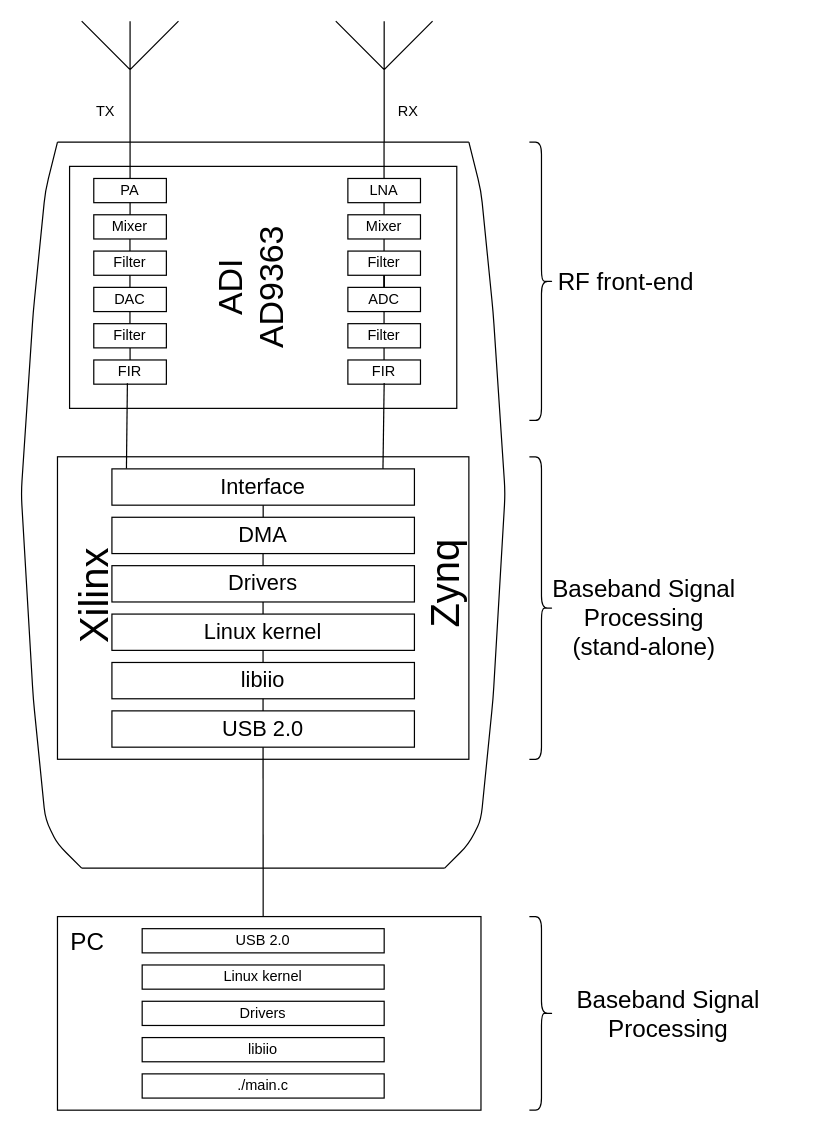
Above: sdr/adalm_pluto.drawio in fzybot/draw_io_schemes (draw.io), before the change. Source tidied: cells renumbered, new cells numbered last; positions are measured from the earlier drawing's top-left corner, leaving out a move shared by most shapes. Both pictures are drawn from the tidied source at 121%, with x=0, y=0 at pixel (21, 21).
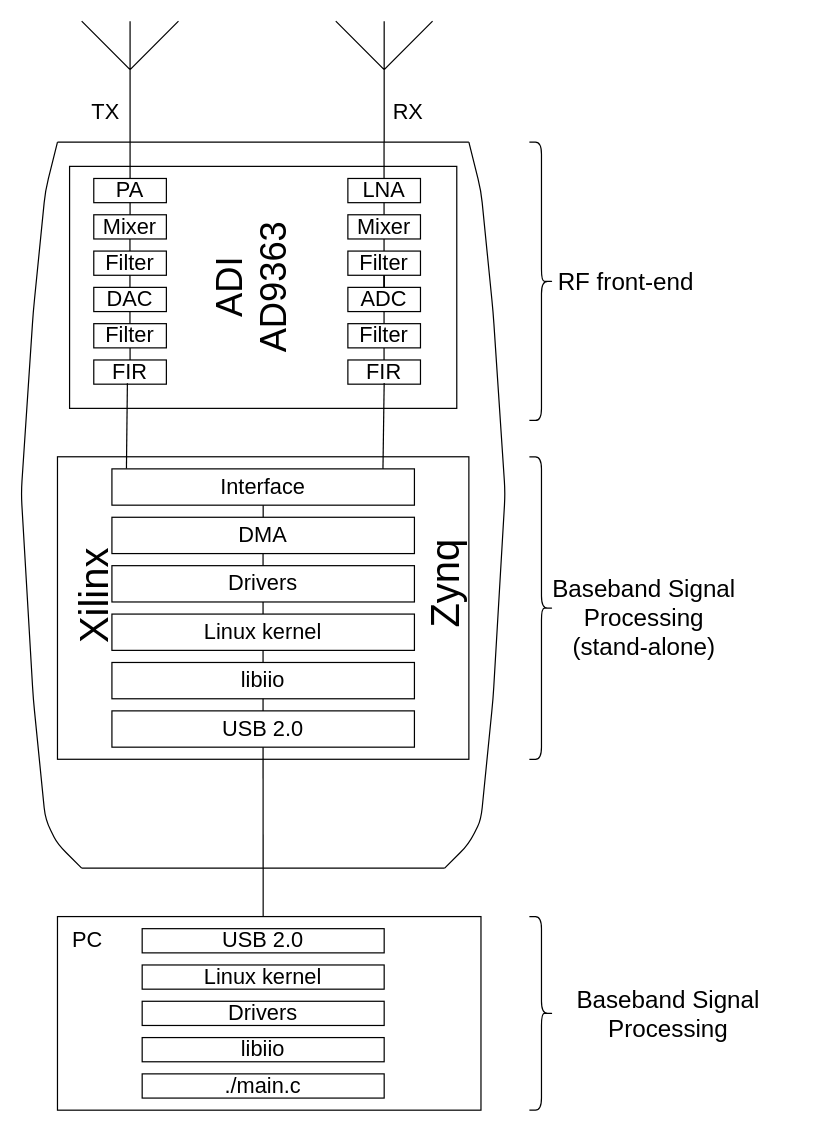
After the change.

The change refers to these unchanged cells:
```xml
<mxCell id="19" style="group;" parent="1" vertex="1">
  <mxGeometry width="400" height="700" as="geometry" />
</mxCell>
```

Diff of the diagram source:
```diff
@@
-    <mxCell id="3" value="&lt;font style=&quot;color: light-dark(rgb(0, 0, 0), rgb(0, 0, 0));&quot;&gt;RX&lt;/font&gt;" style="text;html=1;whiteSpace=wrap;strokeColor=none;fillColor=none;align=center;verticalAlign=middle;rounded=0;" parent="1" vertex="1">
+    <mxCell id="3" value="&lt;font style=&quot;color: light-dark(rgb(0, 0, 0), rgb(0, 0, 0));&quot;&gt;RX&lt;/font&gt;" style="text;html=1;whiteSpace=wrap;strokeColor=none;fillColor=none;align=center;verticalAlign=middle;rounded=0;fontSize=18;" parent="1" vertex="1">
       <mxGeometry x="290" y="60" width="60" height="30" as="geometry" />
     </mxCell>
-    <mxCell id="4" value="&lt;font style=&quot;color: light-dark(rgb(0, 0, 0), rgb(0, 0, 0));&quot;&gt;TX&lt;/font&gt;" style="text;html=1;whiteSpace=wrap;strokeColor=none;fillColor=none;align=center;verticalAlign=middle;rounded=0;" parent="1" vertex="1">
+    <mxCell id="4" value="&lt;font style=&quot;color: light-dark(rgb(0, 0, 0), rgb(0, 0, 0));&quot;&gt;TX&lt;/font&gt;" style="text;html=1;whiteSpace=wrap;strokeColor=none;fillColor=none;align=center;verticalAlign=middle;rounded=0;fontSize=18;" parent="1" vertex="1">
       <mxGeometry x="40" y="60" width="60" height="30" as="geometry" />
     </mxCell>
-    <mxCell id="5" style="rounded=0;whiteSpace=wrap;html=1;fillColor=light-dark(#FFFFFF,#989898);strokeColor=light-dark(#000000,#000000);" parent="1" vertex="1">
+    <mxCell id="5" style="rounded=0;whiteSpace=wrap;html=1;fillColor=light-dark(#FFFFFF,#989898);strokeColor=light-dark(#000000,#000000);fontSize=18;" parent="1" vertex="1">
       <mxGeometry x="40" y="120" width="320" height="200" as="geometry" />
     </mxCell>
-    <mxCell id="6" value="&lt;font style=&quot;color: light-dark(rgb(0, 0, 0), rgb(0, 0, 0));&quot;&gt;PA&lt;/font&gt;" style="rounded=0;whiteSpace=wrap;html=1;fillColor=light-dark(#FFFFFF,#FFFFFF);" parent="1" vertex="1">
+    <mxCell id="6" value="&lt;font style=&quot;color: light-dark(rgb(0, 0, 0), rgb(0, 0, 0));&quot;&gt;PA&lt;/font&gt;" style="rounded=0;whiteSpace=wrap;html=1;fillColor=light-dark(#FFFFFF,#FFFFFF);fontSize=18;" parent="1" vertex="1">
       <mxGeometry x="60" y="130" width="60" height="20" as="geometry" />
     </mxCell>
-    <mxCell id="7" value="&lt;font style=&quot;color: light-dark(rgb(0, 0, 0), rgb(0, 0, 0));&quot;&gt;Mixer&lt;/font&gt;" style="rounded=0;whiteSpace=wrap;html=1;fillColor=light-dark(#FFFFFF,#FFFFFF);" parent="1" vertex="1">
+    <mxCell id="7" value="&lt;font style=&quot;color: light-dark(rgb(0, 0, 0), rgb(0, 0, 0));&quot;&gt;Mixer&lt;/font&gt;" style="rounded=0;whiteSpace=wrap;html=1;fillColor=light-dark(#FFFFFF,#FFFFFF);fontSize=18;" parent="1" vertex="1">
       <mxGeometry x="60" y="160" width="60" height="20" as="geometry" />
     </mxCell>
-    <mxCell id="8" value="&lt;span&gt;&lt;font style=&quot;color: light-dark(rgb(0, 0, 0), rgb(0, 0, 0));&quot;&gt;Filter&lt;/font&gt;&lt;/span&gt;" style="rounded=0;whiteSpace=wrap;html=1;fillColor=light-dark(#FFFFFF,#FFFFFF);" parent="1" vertex="1">
+    <mxCell id="8" value="&lt;span&gt;&lt;font style=&quot;color: light-dark(rgb(0, 0, 0), rgb(0, 0, 0));&quot;&gt;Filter&lt;/font&gt;&lt;/span&gt;" style="rounded=0;whiteSpace=wrap;html=1;fillColor=light-dark(#FFFFFF,#FFFFFF);fontSize=18;" parent="1" vertex="1">
       <mxGeometry x="60" y="190" width="60" height="20" as="geometry" />
     </mxCell>
-    <mxCell id="9" value="&lt;span&gt;&lt;font style=&quot;color: light-dark(rgb(0, 0, 0), rgb(0, 0, 0));&quot;&gt;DAC&lt;/font&gt;&lt;/span&gt;" style="rounded=0;whiteSpace=wrap;html=1;fillColor=light-dark(#FFFFFF,#FFFFFF);" parent="1" vertex="1">
+    <mxCell id="9" value="&lt;span&gt;&lt;font style=&quot;color: light-dark(rgb(0, 0, 0), rgb(0, 0, 0));&quot;&gt;DAC&lt;/font&gt;&lt;/span&gt;" style="rounded=0;whiteSpace=wrap;html=1;fillColor=light-dark(#FFFFFF,#FFFFFF);fontSize=18;" parent="1" vertex="1">
       <mxGeometry x="60" y="220" width="60" height="20" as="geometry" />
     </mxCell>
-    <mxCell id="10" value="&lt;span&gt;&lt;font style=&quot;color: light-dark(rgb(0, 0, 0), rgb(3, 3, 3));&quot;&gt;Filter&lt;/font&gt;&lt;/span&gt;" style="rounded=0;whiteSpace=wrap;html=1;fillColor=light-dark(#FFFFFF,#FFFFFF);" parent="1" vertex="1">
+    <mxCell id="10" value="&lt;span&gt;&lt;font style=&quot;color: light-dark(rgb(0, 0, 0), rgb(3, 3, 3));&quot;&gt;Filter&lt;/font&gt;&lt;/span&gt;" style="rounded=0;whiteSpace=wrap;html=1;fillColor=light-dark(#FFFFFF,#FFFFFF);fontSize=18;" parent="1" vertex="1">
       <mxGeometry x="60" y="250" width="60" height="20" as="geometry" />
     </mxCell>
-    <mxCell id="11" value="&lt;font style=&quot;color: light-dark(rgb(0, 0, 0), rgb(0, 0, 0));&quot;&gt;FIR&lt;/font&gt;" style="rounded=0;whiteSpace=wrap;html=1;fillColor=light-dark(#FFFFFF,#FFFFFF);" parent="1" vertex="1">
+    <mxCell id="11" value="&lt;font style=&quot;color: light-dark(rgb(0, 0, 0), rgb(0, 0, 0));&quot;&gt;FIR&lt;/font&gt;" style="rounded=0;whiteSpace=wrap;html=1;fillColor=light-dark(#FFFFFF,#FFFFFF);fontSize=18;" parent="1" vertex="1">
       <mxGeometry x="60" y="280" width="60" height="20" as="geometry" />
     </mxCell>
-    <mxCell id="12" value="&lt;font style=&quot;font-size: 28px; color: light-dark(rgb(0, 0, 0), rgb(0, 0, 0));&quot;&gt;ADI&lt;/font&gt;&lt;div&gt;&lt;font style=&quot;font-size: 28px; color: light-dark(rgb(0, 0, 0), rgb(0, 0, 0));&quot;&gt;AD9363&lt;/font&gt;&lt;/div&gt;" style="text;html=1;whiteSpace=wrap;strokeColor=none;fillColor=none;align=center;verticalAlign=middle;rounded=0;rotation=-90;" parent="1" vertex="1">
+    <mxCell id="12" value="&lt;font style=&quot;color: light-dark(rgb(0, 0, 0), rgb(0, 0, 0));&quot;&gt;ADI&lt;/font&gt;&lt;div&gt;&lt;font style=&quot;color: light-dark(rgb(0, 0, 0), rgb(0, 0, 0));&quot;&gt;AD9363&lt;/font&gt;&lt;/div&gt;" style="text;html=1;whiteSpace=wrap;strokeColor=none;fillColor=none;align=center;verticalAlign=middle;rounded=0;rotation=-90;fontSize=30;" parent="1" vertex="1">
       <mxGeometry x="120" y="170" width="140" height="100" as="geometry" />
     </mxCell>
-    <mxCell id="13" value="&lt;font style=&quot;color: light-dark(rgb(0, 0, 0), rgb(0, 0, 0));&quot;&gt;LNA&lt;/font&gt;" style="rounded=0;whiteSpace=wrap;html=1;fillColor=light-dark(#FFFFFF,#FFFFFF);" parent="1" vertex="1">
+    <mxCell id="13" value="&lt;font style=&quot;color: light-dark(rgb(0, 0, 0), rgb(0, 0, 0));&quot;&gt;LNA&lt;/font&gt;" style="rounded=0;whiteSpace=wrap;html=1;fillColor=light-dark(#FFFFFF,#FFFFFF);fontSize=18;" parent="1" vertex="1">
       <mxGeometry x="270" y="130" width="60" height="20" as="geometry" />
     </mxCell>
-    <mxCell id="14" value="&lt;font style=&quot;color: light-dark(rgb(0, 0, 0), rgb(0, 0, 0));&quot;&gt;Mixer&lt;/font&gt;" style="rounded=0;whiteSpace=wrap;html=1;fillColor=light-dark(#FFFFFF,#FFFFFF);" parent="1" vertex="1">
+    <mxCell id="14" value="&lt;font style=&quot;color: light-dark(rgb(0, 0, 0), rgb(0, 0, 0));&quot;&gt;Mixer&lt;/font&gt;" style="rounded=0;whiteSpace=wrap;html=1;fillColor=light-dark(#FFFFFF,#FFFFFF);fontSize=18;" parent="1" vertex="1">
       <mxGeometry x="270" y="160" width="60" height="20" as="geometry" />
     </mxCell>
-    <mxCell id="15" value="&lt;span&gt;&lt;font style=&quot;color: light-dark(rgb(0, 0, 0), rgb(0, 0, 0));&quot;&gt;Filter&lt;/font&gt;&lt;/span&gt;" style="rounded=0;whiteSpace=wrap;html=1;fillColor=light-dark(#FFFFFF,#FFFFFF);" parent="1" vertex="1">
+    <mxCell id="15" value="&lt;span&gt;&lt;font style=&quot;color: light-dark(rgb(0, 0, 0), rgb(0, 0, 0));&quot;&gt;Filter&lt;/font&gt;&lt;/span&gt;" style="rounded=0;whiteSpace=wrap;html=1;fillColor=light-dark(#FFFFFF,#FFFFFF);fontSize=18;" parent="1" vertex="1">
       <mxGeometry x="270" y="190" width="60" height="20" as="geometry" />
     </mxCell>
-    <mxCell id="16" value="&lt;span&gt;&lt;font style=&quot;color: light-dark(rgb(0, 0, 0), rgb(0, 0, 0));&quot;&gt;ADC&lt;/font&gt;&lt;/span&gt;" style="rounded=0;whiteSpace=wrap;html=1;fillColor=light-dark(#FFFFFF,#FFFFFF);" parent="1" vertex="1">
+    <mxCell id="16" value="&lt;span&gt;&lt;font style=&quot;color: light-dark(rgb(0, 0, 0), rgb(0, 0, 0));&quot;&gt;ADC&lt;/font&gt;&lt;/span&gt;" style="rounded=0;whiteSpace=wrap;html=1;fillColor=light-dark(#FFFFFF,#FFFFFF);fontSize=18;" parent="1" vertex="1">
       <mxGeometry x="270" y="220" width="60" height="20" as="geometry" />
     </mxCell>
-    <mxCell id="17" value="&lt;span&gt;&lt;font style=&quot;color: light-dark(rgb(0, 0, 0), rgb(3, 3, 3));&quot;&gt;Filter&lt;/font&gt;&lt;/span&gt;" style="rounded=0;whiteSpace=wrap;html=1;fillColor=light-dark(#FFFFFF,#FFFFFF);" parent="1" vertex="1">
+    <mxCell id="17" value="&lt;span&gt;&lt;font style=&quot;color: light-dark(rgb(0, 0, 0), rgb(3, 3, 3));&quot;&gt;Filter&lt;/font&gt;&lt;/span&gt;" style="rounded=0;whiteSpace=wrap;html=1;fillColor=light-dark(#FFFFFF,#FFFFFF);fontSize=18;" parent="1" vertex="1">
       <mxGeometry x="270" y="250" width="60" height="20" as="geometry" />
     </mxCell>
-    <mxCell id="18" value="&lt;font style=&quot;color: light-dark(rgb(0, 0, 0), rgb(0, 0, 0));&quot;&gt;FIR&lt;/font&gt;" style="rounded=0;whiteSpace=wrap;html=1;fillColor=light-dark(#FFFFFF,#FFFFFF);" parent="1" vertex="1">
+    <mxCell id="18" value="&lt;font style=&quot;color: light-dark(rgb(0, 0, 0), rgb(0, 0, 0));&quot;&gt;FIR&lt;/font&gt;" style="rounded=0;whiteSpace=wrap;html=1;fillColor=light-dark(#FFFFFF,#FFFFFF);fontSize=18;" parent="1" vertex="1">
       <mxGeometry x="270" y="280" width="60" height="20" as="geometry" />
     </mxCell>
@@
-    <mxCell id="20" style="endArrow=none;html=1;rounded=0;strokeColor=light-dark(#000000,#000000);" parent="19" edge="1">
+    <mxCell id="20" style="endArrow=none;html=1;rounded=0;strokeColor=light-dark(#000000,#000000);fontSize=18;" parent="19" edge="1">
       <mxGeometry relative="1" as="geometry">
         <mxPoint x="30" y="100" as="sourcePoint" />
         <mxPoint x="370" y="100" as="targetPoint" />
       </mxGeometry>
     </mxCell>
@@
-    <mxCell id="26" style="endArrow=none;html=1;rounded=0;exitX=0.5;exitY=0;exitDx=0;exitDy=0;entryX=0.5;entryY=1;entryDx=0;entryDy=0;" parent="19" edge="1">
+    <mxCell id="26" style="endArrow=none;html=1;rounded=0;exitX=0.5;exitY=0;exitDx=0;exitDy=0;entryX=0.5;entryY=1;entryDx=0;entryDy=0;fontSize=18;" parent="19" edge="1">
       <mxGeometry relative="1" as="geometry">
         <mxPoint x="89.9" y="190" as="sourcePoint" />
         <mxPoint x="89.9" y="180" as="targetPoint" />
       </mxGeometry>
     </mxCell>
-    <mxCell id="27" style="endArrow=none;html=1;rounded=0;exitX=0.5;exitY=0;exitDx=0;exitDy=0;entryX=0.5;entryY=1;entryDx=0;entryDy=0;" parent="19" edge="1">
+    <mxCell id="27" style="endArrow=none;html=1;rounded=0;exitX=0.5;exitY=0;exitDx=0;exitDy=0;entryX=0.5;entryY=1;entryDx=0;entryDy=0;fontSize=18;" parent="19" edge="1">
       <mxGeometry relative="1" as="geometry">
         <mxPoint x="89.9" y="220" as="sourcePoint" />
         <mxPoint x="89.9" y="210" as="targetPoint" />
       </mxGeometry>
     </mxCell>
-    <mxCell id="28" style="endArrow=none;html=1;rounded=0;exitX=0.5;exitY=0;exitDx=0;exitDy=0;entryX=0.5;entryY=1;entryDx=0;entryDy=0;" parent="19" edge="1">
+    <mxCell id="28" style="endArrow=none;html=1;rounded=0;exitX=0.5;exitY=0;exitDx=0;exitDy=0;entryX=0.5;entryY=1;entryDx=0;entryDy=0;fontSize=18;" parent="19" edge="1">
       <mxGeometry relative="1" as="geometry">
         <mxPoint x="89.9" y="250" as="sourcePoint" />
         <mxPoint x="89.9" y="240" as="targetPoint" />
       </mxGeometry>
     </mxCell>
-    <mxCell id="29" style="endArrow=none;html=1;rounded=0;exitX=0.5;exitY=0;exitDx=0;exitDy=0;" parent="19" edge="1">
+    <mxCell id="29" style="endArrow=none;html=1;rounded=0;exitX=0.5;exitY=0;exitDx=0;exitDy=0;fontSize=18;" parent="19" edge="1">
       <mxGeometry relative="1" as="geometry">
         <mxPoint x="299.9" y="130" as="sourcePoint" />
         <mxPoint x="299.9" y="100" as="targetPoint" />
       </mxGeometry>
     </mxCell>
-    <mxCell id="30" style="endArrow=none;html=1;rounded=0;exitX=0.5;exitY=0;exitDx=0;exitDy=0;entryX=0.5;entryY=1;entryDx=0;entryDy=0;" parent="19" edge="1">
+    <mxCell id="30" style="endArrow=none;html=1;rounded=0;exitX=0.5;exitY=0;exitDx=0;exitDy=0;entryX=0.5;entryY=1;entryDx=0;entryDy=0;fontSize=18;" parent="19" edge="1">
       <mxGeometry relative="1" as="geometry">
         <mxPoint x="299.9" y="190" as="sourcePoint" />
         <mxPoint x="299.9" y="180" as="targetPoint" />
       </mxGeometry>
     </mxCell>
-    <mxCell id="31" style="endArrow=none;html=1;rounded=0;exitX=0.5;exitY=0;exitDx=0;exitDy=0;entryX=0.5;entryY=1;entryDx=0;entryDy=0;" parent="19" edge="1">
+    <mxCell id="31" style="endArrow=none;html=1;rounded=0;exitX=0.5;exitY=0;exitDx=0;exitDy=0;entryX=0.5;entryY=1;entryDx=0;entryDy=0;fontSize=18;" parent="19" edge="1">
       <mxGeometry relative="1" as="geometry">
         <mxPoint x="299.9" y="220" as="sourcePoint" />
         <mxPoint x="299.9" y="210" as="targetPoint" />
       </mxGeometry>
     </mxCell>
-    <mxCell id="32" style="endArrow=none;html=1;rounded=0;exitX=0.5;exitY=0;exitDx=0;exitDy=0;entryX=0.5;entryY=1;entryDx=0;entryDy=0;" parent="19" edge="1">
+    <mxCell id="32" style="endArrow=none;html=1;rounded=0;exitX=0.5;exitY=0;exitDx=0;exitDy=0;entryX=0.5;entryY=1;entryDx=0;entryDy=0;fontSize=18;" parent="19" edge="1">
       <mxGeometry relative="1" as="geometry">
         <mxPoint x="299.9" y="250" as="sourcePoint" />
         <mxPoint x="299.9" y="240" as="targetPoint" />
       </mxGeometry>
     </mxCell>
-    <mxCell id="33" style="endArrow=none;html=1;rounded=0;exitX=0.5;exitY=0;exitDx=0;exitDy=0;entryX=0.5;entryY=1;entryDx=0;entryDy=0;" parent="19" edge="1">
+    <mxCell id="33" style="endArrow=none;html=1;rounded=0;exitX=0.5;exitY=0;exitDx=0;exitDy=0;entryX=0.5;entryY=1;entryDx=0;entryDy=0;fontSize=18;" parent="19" edge="1">
       <mxGeometry relative="1" as="geometry">
         <mxPoint x="299.9" y="280" as="sourcePoint" />
         <mxPoint x="299.9" y="270" as="targetPoint" />
       </mxGeometry>
     </mxCell>
@@
-    <mxCell id="50" style="endArrow=none;html=1;rounded=0;exitX=0.5;exitY=0;exitDx=0;exitDy=0;" parent="1" edge="1" source="6">
+    <mxCell id="50" style="endArrow=none;html=1;rounded=0;exitX=0.5;exitY=0;exitDx=0;exitDy=0;fontSize=18;" parent="1" edge="1" source="6">
       <mxGeometry relative="1" as="geometry">
         <mxPoint x="90" y="100" as="targetPoint" />
       </mxGeometry>
     </mxCell>
-    <mxCell id="51" style="endArrow=none;html=1;rounded=0;exitX=0.5;exitY=0;exitDx=0;exitDy=0;entryX=0.5;entryY=1;entryDx=0;entryDy=0;" parent="1" edge="1" source="7" target="6">
+    <mxCell id="51" style="endArrow=none;html=1;rounded=0;exitX=0.5;exitY=0;exitDx=0;exitDy=0;entryX=0.5;entryY=1;entryDx=0;entryDy=0;fontSize=18;" parent="1" edge="1" source="7" target="6">
       <mxGeometry relative="1" as="geometry" />
     </mxCell>
-    <mxCell id="52" style="endArrow=none;html=1;rounded=0;exitX=0.5;exitY=0;exitDx=0;exitDy=0;entryX=0.5;entryY=1;entryDx=0;entryDy=0;" parent="1" edge="1">
+    <mxCell id="52" style="endArrow=none;html=1;rounded=0;exitX=0.5;exitY=0;exitDx=0;exitDy=0;entryX=0.5;entryY=1;entryDx=0;entryDy=0;fontSize=18;" parent="1" edge="1">
       <mxGeometry relative="1" as="geometry">
         <mxPoint x="90" y="280" as="sourcePoint" />
         <mxPoint x="90" y="270" as="targetPoint" />
       </mxGeometry>
     </mxCell>
-    <mxCell id="53" style="endArrow=none;html=1;rounded=0;exitX=0.5;exitY=0;exitDx=0;exitDy=0;entryX=0.5;entryY=1;entryDx=0;entryDy=0;" parent="1" edge="1">
+    <mxCell id="53" style="endArrow=none;html=1;rounded=0;exitX=0.5;exitY=0;exitDx=0;exitDy=0;entryX=0.5;entryY=1;entryDx=0;entryDy=0;fontSize=18;" parent="1" edge="1">
       <mxGeometry relative="1" as="geometry">
         <mxPoint x="299.9" y="160" as="sourcePoint" />
         <mxPoint x="299.9" y="150" as="targetPoint" />
       </mxGeometry>
     </mxCell>
-    <mxCell id="54" style="endArrow=none;html=1;rounded=0;exitX=0.5;exitY=0;exitDx=0;exitDy=0;entryX=0.5;entryY=1;entryDx=0;entryDy=0;" parent="1" edge="1">
+    <mxCell id="54" style="endArrow=none;html=1;rounded=0;exitX=0.5;exitY=0;exitDx=0;exitDy=0;entryX=0.5;entryY=1;entryDx=0;entryDy=0;fontSize=18;" parent="1" edge="1">
       <mxGeometry relative="1" as="geometry">
         <mxPoint x="300" y="220" as="sourcePoint" />
         <mxPoint x="300" y="210" as="targetPoint" />
       </mxGeometry>
     </mxCell>
-    <mxCell id="55" style="endArrow=none;html=1;rounded=0;exitX=0.5;exitY=0;exitDx=0;exitDy=0;entryX=0.5;entryY=1;entryDx=0;entryDy=0;" parent="1" edge="1">
+    <mxCell id="55" style="endArrow=none;html=1;rounded=0;exitX=0.5;exitY=0;exitDx=0;exitDy=0;entryX=0.5;entryY=1;entryDx=0;entryDy=0;fontSize=18;" parent="1" edge="1">
       <mxGeometry relative="1" as="geometry">
         <mxPoint x="300" y="220" as="sourcePoint" />
         <mxPoint x="300" y="210" as="targetPoint" />
       </mxGeometry>
     </mxCell>
@@
-    <mxCell id="57" style="rounded=0;whiteSpace=wrap;html=1;" parent="1" vertex="1">
+    <mxCell id="57" style="rounded=0;whiteSpace=wrap;html=1;fontSize=18;" parent="1" vertex="1">
       <mxGeometry x="30" y="740" width="350" height="160" as="geometry" />
     </mxCell>
-    <mxCell id="58" value="&lt;span style=&quot;font-size: 20px;&quot;&gt;PC&lt;/span&gt;" style="text;html=1;whiteSpace=wrap;strokeColor=none;fillColor=none;align=center;verticalAlign=middle;rounded=0;" parent="1" vertex="1">
+    <mxCell id="58" value="&lt;span&gt;PC&lt;/span&gt;" style="text;html=1;whiteSpace=wrap;strokeColor=none;fillColor=none;align=center;verticalAlign=middle;rounded=0;fontSize=18;" parent="1" vertex="1">
       <mxGeometry x="20" y="740" width="70" height="40" as="geometry" />
     </mxCell>
-    <mxCell id="59" style="shape=curlyBracket;whiteSpace=wrap;html=1;rounded=1;labelPosition=left;verticalLabelPosition=middle;align=right;verticalAlign=middle;rotation=-180;" parent="1" vertex="1">
+    <mxCell id="59" style="shape=curlyBracket;whiteSpace=wrap;html=1;rounded=1;labelPosition=left;verticalLabelPosition=middle;align=right;verticalAlign=middle;rotation=-180;fontSize=18;" parent="1" vertex="1">
       <mxGeometry x="420" y="100" width="20" height="230" as="geometry" />
     </mxCell>
@@
-    <mxCell id="61" style="shape=curlyBracket;whiteSpace=wrap;html=1;rounded=1;flipH=1;labelPosition=right;verticalLabelPosition=middle;align=left;verticalAlign=middle;legacyAnchorPoints=0;" parent="1" vertex="1">
+    <mxCell id="61" style="shape=curlyBracket;whiteSpace=wrap;html=1;rounded=1;flipH=1;labelPosition=right;verticalLabelPosition=middle;align=left;verticalAlign=middle;legacyAnchorPoints=0;fontSize=18;" parent="1" vertex="1">
       <mxGeometry x="420" y="740" width="20" height="160" as="geometry" />
     </mxCell>
-    <mxCell id="62" value="USB 2.0" style="rounded=0;whiteSpace=wrap;html=1;" parent="1" vertex="1">
+    <mxCell id="62" value="USB 2.0" style="rounded=0;whiteSpace=wrap;html=1;fontSize=18;" parent="1" vertex="1">
       <mxGeometry x="100" y="750" width="200" height="20" as="geometry" />
     </mxCell>
-    <mxCell id="63" value="libiio" style="rounded=0;whiteSpace=wrap;html=1;" parent="1" vertex="1">
+    <mxCell id="63" value="libiio" style="rounded=0;whiteSpace=wrap;html=1;fontSize=18;" parent="1" vertex="1">
       <mxGeometry x="100" y="840" width="200" height="20" as="geometry" />
     </mxCell>
-    <mxCell id="64" value="Linux kernel" style="rounded=0;whiteSpace=wrap;html=1;" parent="1" vertex="1">
+    <mxCell id="64" value="Linux kernel" style="rounded=0;whiteSpace=wrap;html=1;fontSize=18;" parent="1" vertex="1">
       <mxGeometry x="100" y="780" width="200" height="20" as="geometry" />
     </mxCell>
-    <mxCell id="65" value="Drivers" style="rounded=0;whiteSpace=wrap;html=1;" parent="1" vertex="1">
+    <mxCell id="65" value="Drivers" style="rounded=0;whiteSpace=wrap;html=1;fontSize=18;" parent="1" vertex="1">
       <mxGeometry x="100" y="810" width="200" height="20" as="geometry" />
     </mxCell>
-    <mxCell id="66" value="./main.c" style="rounded=0;whiteSpace=wrap;html=1;" parent="1" vertex="1">
+    <mxCell id="66" value="./main.c" style="rounded=0;whiteSpace=wrap;html=1;fontSize=18;" parent="1" vertex="1">
       <mxGeometry x="100" y="870" width="200" height="20" as="geometry" />
     </mxCell>
```
